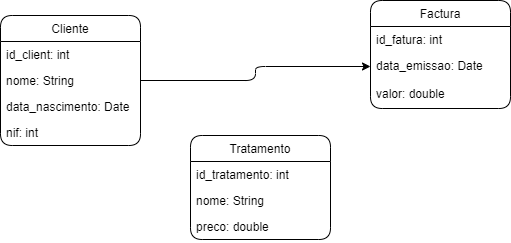
Earlier version of the draw.io export Exercicio1.png (ze-gomes/upskill-databases). Source tidied: cells renumbered, new cells last; positions are measured from the earlier drawing's top-left corner, leaving out a move shared by most shapes. The source it was exported from:
```xml
<mxGraphModel>
  <root>
    <mxCell id="0" />
    <mxCell id="1" parent="0" />
    <mxCell id="2" value="Cliente" style="swimlane;fontStyle=0;horizontal=1;startSize=26;fillColor=none;rounded=1;" parent="1" vertex="1">
      <mxGeometry y="15" width="140" height="130" as="geometry" />
    </mxCell>
    <mxCell id="3" value="id_client: int" style="text;strokeColor=none;fillColor=none;align=left;verticalAlign=top;spacingLeft=4;spacingRight=4;overflow=hidden;rounded=1;" parent="2" vertex="1">
      <mxGeometry y="26" width="140" height="26" as="geometry" />
    </mxCell>
    <mxCell id="4" value="nome: String" style="text;strokeColor=none;fillColor=none;align=left;verticalAlign=top;spacingLeft=4;spacingRight=4;overflow=hidden;points=[[0,0.5],[1,0.5]];portConstraint=eastwest;rounded=1;" parent="2" vertex="1">
      <mxGeometry y="52" width="140" height="26" as="geometry" />
    </mxCell>
    <mxCell id="5" value="data_nascimento: Date" style="text;strokeColor=none;fillColor=none;align=left;verticalAlign=top;spacingLeft=4;spacingRight=4;overflow=hidden;rounded=1;" parent="2" vertex="1">
      <mxGeometry y="78" width="140" height="26" as="geometry" />
    </mxCell>
    <mxCell id="6" value="nif: int" style="text;strokeColor=none;fillColor=none;align=left;verticalAlign=top;spacingLeft=4;spacingRight=4;overflow=hidden;rounded=1;" parent="2" vertex="1">
      <mxGeometry y="104" width="140" height="26" as="geometry" />
    </mxCell>
    <mxCell id="7" value="Factura" style="swimlane;fontStyle=0;horizontal=1;startSize=26;fillColor=none;rounded=1;" parent="1" vertex="1">
      <mxGeometry x="370" width="140" height="108" as="geometry" />
    </mxCell>
    <mxCell id="8" value="id_fatura: int" style="text;strokeColor=none;fillColor=none;align=left;verticalAlign=top;spacingLeft=4;spacingRight=4;overflow=hidden;" parent="7" vertex="1">
      <mxGeometry y="26" width="140" height="26" as="geometry" />
    </mxCell>
    <mxCell id="9" value="data_emissao: Date" style="text;strokeColor=none;fillColor=none;align=left;verticalAlign=top;spacingLeft=4;spacingRight=4;overflow=hidden;points=[[0,0.5],[1,0.5]];portConstraint=eastwest;horizontal=1;" parent="7" vertex="1">
      <mxGeometry y="52" width="140" height="28" as="geometry" />
    </mxCell>
    <mxCell id="10" value="valor: double" style="text;strokeColor=none;fillColor=none;align=left;verticalAlign=top;spacingLeft=4;spacingRight=4;overflow=hidden;" parent="7" vertex="1">
      <mxGeometry y="80" width="140" height="28" as="geometry" />
    </mxCell>
    <mxCell id="11" value="Tratamento" style="swimlane;fontStyle=0;horizontal=1;startSize=26;fillColor=none;rounded=1;" parent="1" vertex="1">
      <mxGeometry x="190" y="135" width="140" height="104" as="geometry" />
    </mxCell>
    <mxCell id="12" value="id_tratamento: int" style="text;strokeColor=none;fillColor=none;align=left;verticalAlign=top;spacingLeft=4;spacingRight=4;overflow=hidden;" parent="11" vertex="1">
      <mxGeometry y="26" width="140" height="26" as="geometry" />
    </mxCell>
    <mxCell id="13" value="nome: String" style="text;strokeColor=none;fillColor=none;align=left;verticalAlign=top;spacingLeft=4;spacingRight=4;overflow=hidden;" parent="11" vertex="1">
      <mxGeometry y="52" width="140" height="26" as="geometry" />
    </mxCell>
    <mxCell id="14" value="preco: double" style="text;strokeColor=none;fillColor=none;align=left;verticalAlign=top;spacingLeft=4;spacingRight=4;overflow=hidden;" parent="11" vertex="1">
      <mxGeometry y="78" width="140" height="26" as="geometry" />
    </mxCell>
    <mxCell id="15" style="edgeStyle=elbowEdgeStyle;rounded=1;jettySize=auto;html=1;" parent="1" edge="1" source="4" target="9">
      <mxGeometry relative="1" as="geometry" />
    </mxCell>
  </root>
</mxGraphModel>
```
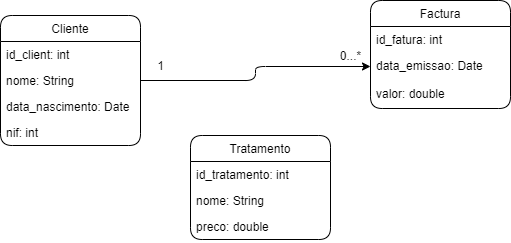
The same diagram one commit later.

What changed in the source:
```diff
@@ -1,4 +1,4 @@
-<mxGraphModel>
+<mxGraphModel background="#ffffff">
   <root>
     <mxCell id="0" />
     <mxCell id="1" parent="0" />
@@ -20,29 +20,35 @@
     <mxCell id="7" value="Factura" style="swimlane;fontStyle=0;horizontal=1;startSize=26;fillColor=none;rounded=1;" parent="1" vertex="1">
       <mxGeometry x="370" width="140" height="108" as="geometry" />
     </mxCell>
-    <mxCell id="8" value="id_fatura: int" style="text;strokeColor=none;fillColor=none;align=left;verticalAlign=top;spacingLeft=4;spacingRight=4;overflow=hidden;" parent="7" vertex="1">
+    <mxCell id="8" value="id_fatura: int" style="text;strokeColor=none;fillColor=none;align=left;verticalAlign=top;spacingLeft=4;spacingRight=4;overflow=hidden;rounded=1;" parent="7" vertex="1">
       <mxGeometry y="26" width="140" height="26" as="geometry" />
     </mxCell>
-    <mxCell id="9" value="data_emissao: Date" style="text;strokeColor=none;fillColor=none;align=left;verticalAlign=top;spacingLeft=4;spacingRight=4;overflow=hidden;points=[[0,0.5],[1,0.5]];portConstraint=eastwest;horizontal=1;" parent="7" vertex="1">
+    <mxCell id="9" value="data_emissao: Date" style="text;strokeColor=none;fillColor=none;align=left;verticalAlign=top;spacingLeft=4;spacingRight=4;overflow=hidden;points=[[0,0.5],[1,0.5]];portConstraint=eastwest;horizontal=1;rounded=1;" parent="7" vertex="1">
       <mxGeometry y="52" width="140" height="28" as="geometry" />
     </mxCell>
-    <mxCell id="10" value="valor: double" style="text;strokeColor=none;fillColor=none;align=left;verticalAlign=top;spacingLeft=4;spacingRight=4;overflow=hidden;" parent="7" vertex="1">
+    <mxCell id="10" value="valor: double" style="text;strokeColor=none;fillColor=none;align=left;verticalAlign=top;spacingLeft=4;spacingRight=4;overflow=hidden;rounded=1;" parent="7" vertex="1">
       <mxGeometry y="80" width="140" height="28" as="geometry" />
     </mxCell>
     <mxCell id="11" value="Tratamento" style="swimlane;fontStyle=0;horizontal=1;startSize=26;fillColor=none;rounded=1;" parent="1" vertex="1">
       <mxGeometry x="190" y="135" width="140" height="104" as="geometry" />
     </mxCell>
-    <mxCell id="12" value="id_tratamento: int" style="text;strokeColor=none;fillColor=none;align=left;verticalAlign=top;spacingLeft=4;spacingRight=4;overflow=hidden;" parent="11" vertex="1">
+    <mxCell id="12" value="id_tratamento: int" style="text;strokeColor=none;fillColor=none;align=left;verticalAlign=top;spacingLeft=4;spacingRight=4;overflow=hidden;rounded=1;" parent="11" vertex="1">
       <mxGeometry y="26" width="140" height="26" as="geometry" />
     </mxCell>
-    <mxCell id="13" value="nome: String" style="text;strokeColor=none;fillColor=none;align=left;verticalAlign=top;spacingLeft=4;spacingRight=4;overflow=hidden;" parent="11" vertex="1">
+    <mxCell id="13" value="nome: String" style="text;strokeColor=none;fillColor=none;align=left;verticalAlign=top;spacingLeft=4;spacingRight=4;overflow=hidden;rounded=1;" parent="11" vertex="1">
       <mxGeometry y="52" width="140" height="26" as="geometry" />
     </mxCell>
-    <mxCell id="14" value="preco: double" style="text;strokeColor=none;fillColor=none;align=left;verticalAlign=top;spacingLeft=4;spacingRight=4;overflow=hidden;" parent="11" vertex="1">
+    <mxCell id="14" value="preco: double" style="text;strokeColor=none;fillColor=none;align=left;verticalAlign=top;spacingLeft=4;spacingRight=4;overflow=hidden;rounded=1;" parent="11" vertex="1">
       <mxGeometry y="78" width="140" height="26" as="geometry" />
     </mxCell>
-    <mxCell id="15" style="edgeStyle=elbowEdgeStyle;rounded=1;jettySize=auto;html=1;" parent="1" edge="1" source="4" target="9">
+    <mxCell id="15" style="edgeStyle=elbowEdgeStyle;jettySize=auto;html=1;" parent="1" edge="1" source="4" target="9">
       <mxGeometry relative="1" as="geometry" />
     </mxCell>
+    <mxCell id="16" value="1" style="text;html=1;align=center;verticalAlign=middle;" parent="1" vertex="1">
+      <mxGeometry x="150" y="55" width="20" height="20" as="geometry" />
+    </mxCell>
+    <mxCell id="17" value="0...*" style="text;html=1;align=center;verticalAlign=middle;" parent="1" vertex="1">
+      <mxGeometry x="330" y="45" width="40" height="20" as="geometry" />
+    </mxCell>
   </root>
 </mxGraphModel>
```
